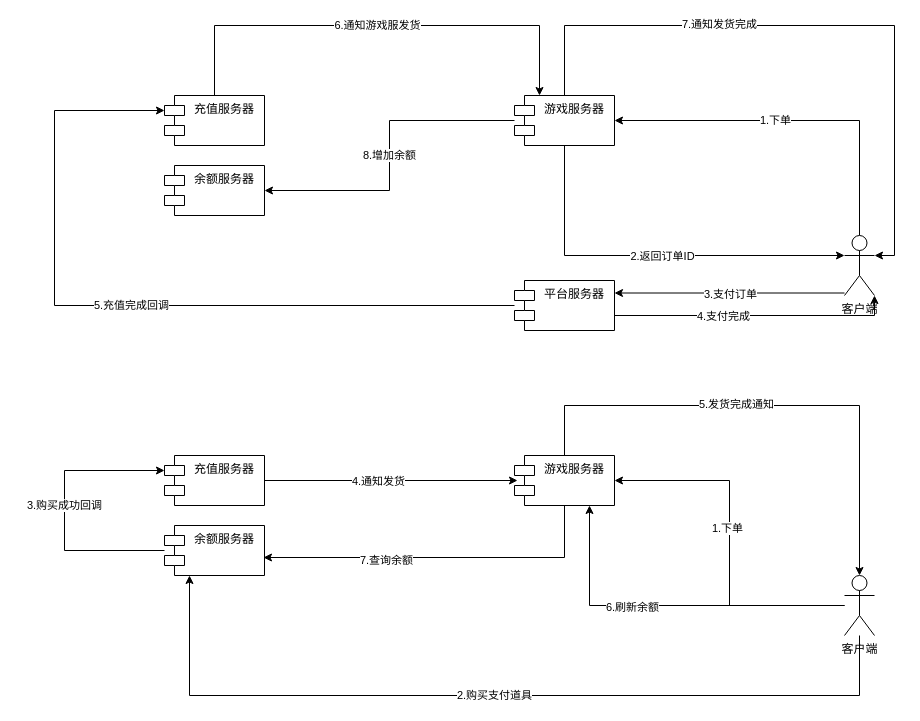
This is Untitled Diagram.drawio from yourwafer/readdoc, a draw.io file, before an edit. Source tidied: cells renumbered, new cells numbered last; positions are measured from the earlier drawing's top-left corner, leaving out a move shared by most shapes. Both pictures are drawn from the tidied source at 100%, with x=0, y=0 at pixel (54, 25).
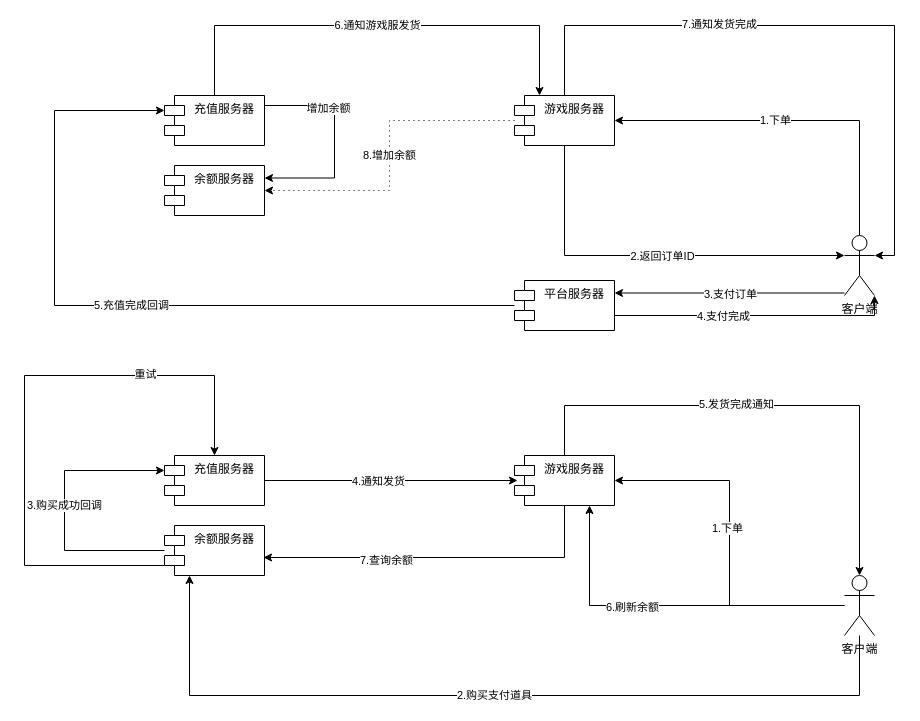
The same page after the edit.

The change refers to these unchanged cells:
```xml
<mxCell id="3" value="充值服务器" style="shape=module;align=left;spacingLeft=20;align=center;verticalAlign=top;" parent="1" vertex="1">
  <mxGeometry x="110" y="70" width="100" height="50" as="geometry" />
</mxCell>
<mxCell id="4" value="余额服务器" style="shape=module;align=left;spacingLeft=20;align=center;verticalAlign=top;" parent="1" vertex="1">
  <mxGeometry x="110" y="140" width="100" height="50" as="geometry" />
</mxCell>
<mxCell id="10" value="游戏服务器" style="shape=module;align=left;spacingLeft=20;align=center;verticalAlign=top;" parent="1" vertex="1">
  <mxGeometry x="460" y="70" width="100" height="50" as="geometry" />
</mxCell>
<mxCell id="22" value="充值服务器" style="shape=module;align=left;spacingLeft=20;align=center;verticalAlign=top;" parent="1" vertex="1">
  <mxGeometry x="110" y="430" width="100" height="50" as="geometry" />
</mxCell>
<mxCell id="25" value="余额服务器" style="shape=module;align=left;spacingLeft=20;align=center;verticalAlign=top;" parent="1" vertex="1">
  <mxGeometry x="110" y="500" width="100" height="50" as="geometry" />
</mxCell>
```

The edit, as a diff of the source:
```diff
@@
+    <mxCell id="37" style="edgeStyle=orthogonalEdgeStyle;rounded=0;jettySize=auto;html=1;entryX=1;entryY=0.25;entryDx=0;entryDy=0;" parent="1" edge="1" source="3" target="4">
+      <mxGeometry relative="1" as="geometry">
+        <Array as="points">
+          <mxPoint x="280" y="80" />
+          <mxPoint x="280" y="153" />
+        </Array>
+      </mxGeometry>
+    </mxCell>
+    <mxCell id="38" value="增加余额" style="edgeLabel;html=1;align=center;verticalAlign=middle;" parent="37" vertex="1">
+      <mxGeometry x="-0.41" y="-2" relative="1" as="geometry" />
+    </mxCell>
@@
-    <mxCell id="9" value="8.增加余额" style="edgeStyle=orthogonalEdgeStyle;rounded=0;jettySize=auto;html=1;entryX=1;entryY=0.5;entryDx=0;entryDy=0;" parent="1" edge="1" source="10" target="4">
+    <mxCell id="9" value="8.增加余额" style="edgeStyle=orthogonalEdgeStyle;rounded=0;jettySize=auto;html=1;entryX=1;entryY=0.5;entryDx=0;entryDy=0;dashed=1;dashPattern=1 4;" parent="1" edge="1" source="10" target="4">
       <mxGeometry relative="1" as="geometry" />
     </mxCell>
@@
+    <mxCell id="39" style="edgeStyle=orthogonalEdgeStyle;rounded=0;jettySize=auto;html=1;entryX=0.5;entryY=0;entryDx=0;entryDy=0;" parent="1" edge="1" source="25" target="22">
+      <mxGeometry relative="1" as="geometry">
+        <Array as="points">
+          <mxPoint x="-30" y="540" />
+          <mxPoint x="-30" y="350" />
+          <mxPoint x="160" y="350" />
+        </Array>
+      </mxGeometry>
+    </mxCell>
+    <mxCell id="40" value="重试" style="edgeLabel;html=1;align=center;verticalAlign=middle;" parent="39" vertex="1">
+      <mxGeometry x="0.5" y="2" relative="1" as="geometry" />
+    </mxCell>
```
